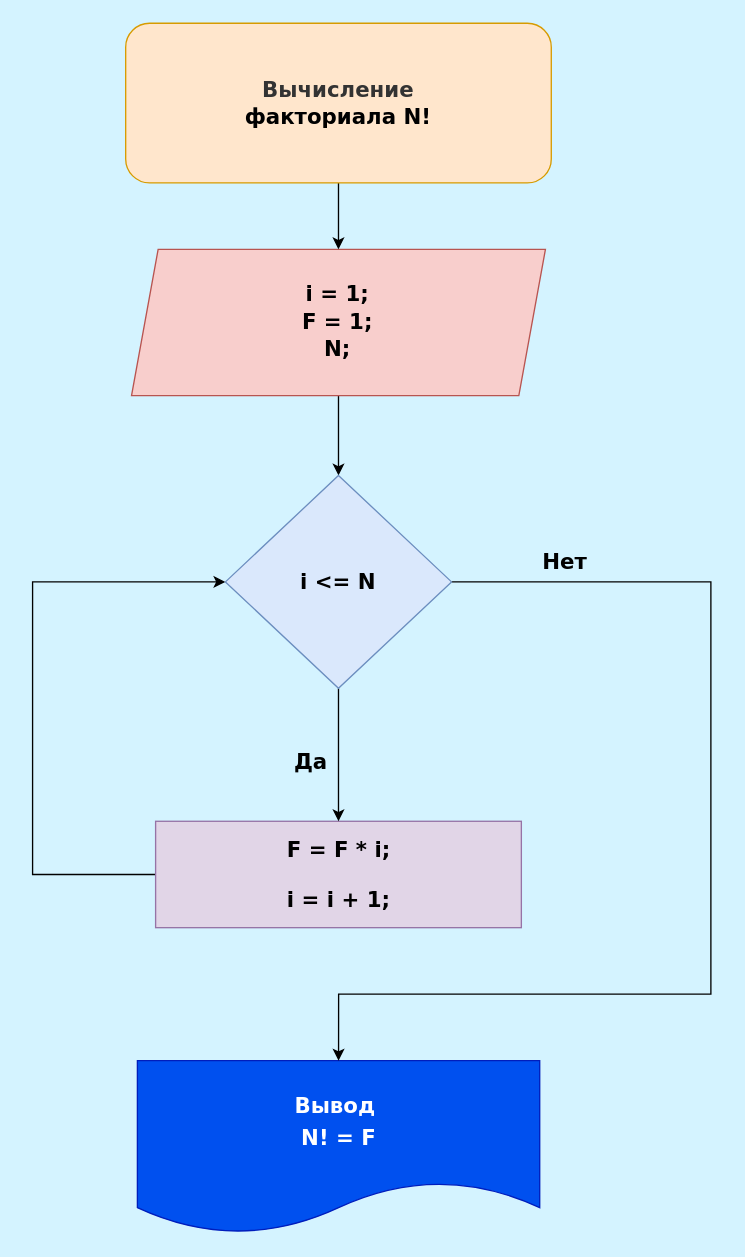
This is ДЗ Семинар 1(2).drawio from M-Ilya/-, a draw.io file, before an edit. Source tidied: cells renumbered, new cells numbered last; positions are measured from the earlier drawing's top-left corner, leaving out a move shared by most shapes. Both pictures are drawn from the tidied source at 133%, with x=0, y=0 at pixel (32, 23).
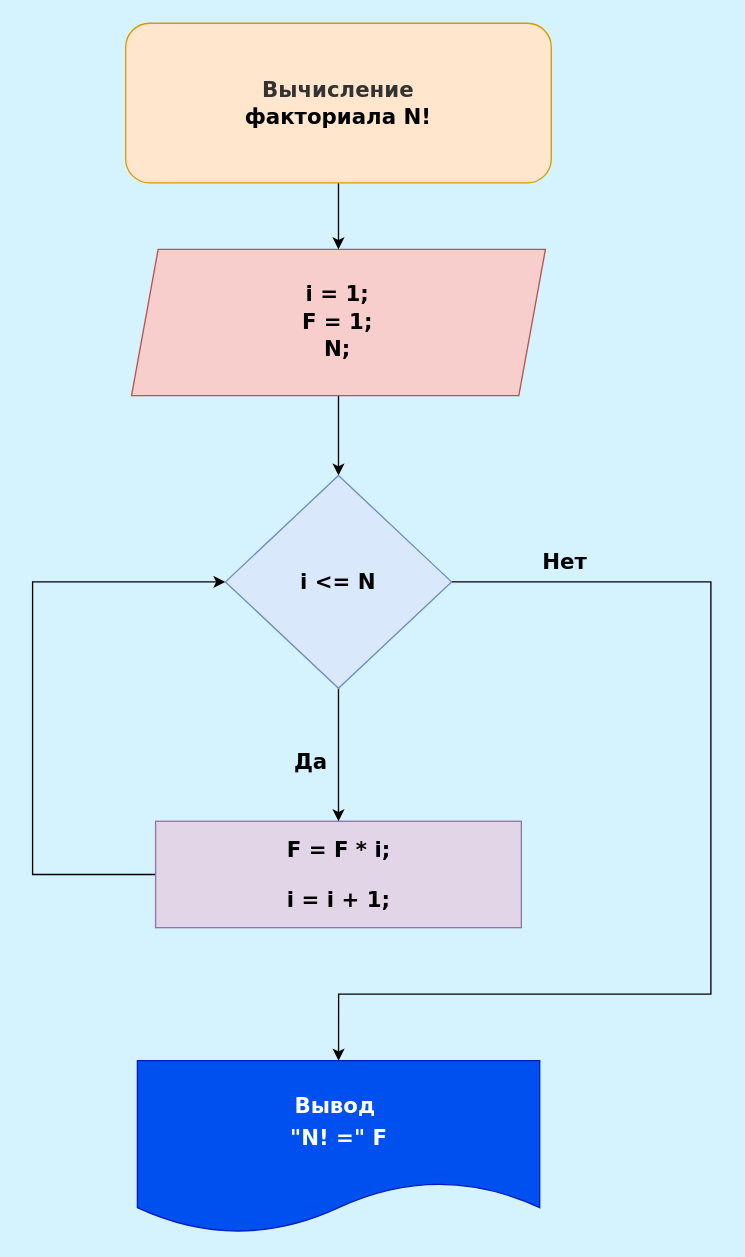
After the change.

Diff of the diagram source:
```diff
@@
 <mxGraphModel background="#D4F3FF">
   <root>
     <mxCell id="0" />
     <mxCell id="1" parent="0" />
     <mxCell id="2" style="edgeStyle=orthogonalEdgeStyle;rounded=0;jettySize=auto;html=1;entryX=0.5;entryY=0;entryDx=0;entryDy=0;fontFamily=Verdana;" parent="1" edge="1" source="3" target="11">
       <mxGeometry relative="1" as="geometry" />
     </mxCell>
     <mxCell id="3" value="&lt;p style=&quot;line-height: 1.2; font-size: 16px;&quot;&gt;&lt;font style=&quot;font-size: 16px; line-height: 1.3;&quot;&gt;i = 1;&lt;br&gt;F = 1;&lt;br&gt;&lt;span style=&quot;background-color: initial;&quot;&gt;N;&lt;/span&gt;&lt;br&gt;&lt;/font&gt;&lt;/p&gt;" style="shape=parallelogram;perimeter=parallelogramPerimeter;whiteSpace=wrap;html=1;fixedSize=1;fillColor=#f8cecc;strokeColor=#b85450;fontFamily=Verdana;fontStyle=1;" parent="1" vertex="1">
       <mxGeometry x="74.4" y="170" width="311.2" height="110" as="geometry" />
     </mxCell>
     <mxCell id="4" style="edgeStyle=orthogonalEdgeStyle;rounded=0;jettySize=auto;html=1;fontFamily=Verdana;entryX=0;entryY=0.5;entryDx=0;entryDy=0;" parent="1" edge="1" source="5" target="11">
       <mxGeometry relative="1" as="geometry">
         <Array as="points">
           <mxPoint y="640" />
           <mxPoint y="420" />
         </Array>
       </mxGeometry>
     </mxCell>
     <mxCell id="5" value="&lt;font style=&quot;font-size: 16px;&quot;&gt;F = F * i;&lt;br&gt;&lt;br&gt;i = i + 1;&lt;br&gt;&lt;/font&gt;" style="whiteSpace=wrap;html=1;fontFamily=Verdana;fillColor=#e1d5e7;strokeColor=#9673a6;fontStyle=1;" parent="1" vertex="1">
       <mxGeometry x="92.5" y="600" width="275" height="80" as="geometry" />
     </mxCell>
-    <mxCell id="6" value="&lt;font style=&quot;font-size: 16px; line-height: 1.5;&quot;&gt;Вывод&amp;nbsp; &lt;br&gt;N! = F&lt;/font&gt;" style="shape=document;whiteSpace=wrap;html=1;boundedLbl=1;fontFamily=Verdana;fillColor=#0050ef;strokeColor=#001DBC;fontStyle=1;fontColor=#ffffff;" parent="1" vertex="1">
+    <mxCell id="6" value="&lt;font style=&quot;font-size: 16px; line-height: 1.5;&quot;&gt;Вывод&amp;nbsp; &lt;br&gt;&quot;N! =&quot; F&lt;/font&gt;" style="shape=document;whiteSpace=wrap;html=1;boundedLbl=1;fontFamily=Verdana;fillColor=#0050ef;strokeColor=#001DBC;fontStyle=1;fontColor=#ffffff;" parent="1" vertex="1">
       <mxGeometry x="78.8" y="780" width="302.5" height="130" as="geometry" />
     </mxCell>
     <mxCell id="7" style="edgeStyle=orthogonalEdgeStyle;rounded=0;jettySize=auto;html=1;" parent="1" edge="1" source="8" target="3">
       <mxGeometry relative="1" as="geometry" />
     </mxCell>
     <mxCell id="8" value="&lt;font style=&quot;font-size: 16px;&quot;&gt;&lt;font face=&quot;Verdana&quot;&gt;&lt;b style=&quot;color: rgb(51, 51, 51);&quot;&gt;Вычисление&lt;br&gt;&lt;/b&gt;&lt;b&gt;факториала N!&lt;/b&gt;&lt;/font&gt;&lt;br&gt;&lt;/font&gt;" style="rounded=1;whiteSpace=wrap;html=1;strokeWidth=1;fillColor=#ffe6cc;strokeColor=#d79b00;" parent="1" vertex="1">
       <mxGeometry x="70" width="320" height="120" as="geometry" />
     </mxCell>
     <mxCell id="9" style="edgeStyle=orthogonalEdgeStyle;rounded=0;jettySize=auto;html=1;fontFamily=Verdana;fontSize=16;" parent="1" edge="1" source="11" target="5">
       <mxGeometry relative="1" as="geometry" />
     </mxCell>
     <mxCell id="10" style="edgeStyle=orthogonalEdgeStyle;rounded=0;jettySize=auto;html=1;fontFamily=Verdana;fontSize=16;entryX=0.5;entryY=0;entryDx=0;entryDy=0;" parent="1" edge="1" source="11" target="6">
       <mxGeometry relative="1" as="geometry">
         <Array as="points">
           <mxPoint x="510" y="420" />
           <mxPoint x="510" y="730" />
           <mxPoint x="230" y="730" />
         </Array>
       </mxGeometry>
     </mxCell>
     <mxCell id="11" value="&lt;font style=&quot;font-size: 16px;&quot;&gt;&lt;b&gt;i &amp;lt;= N&lt;/b&gt;&lt;/font&gt;" style="rhombus;whiteSpace=wrap;html=1;fontFamily=Verdana;fillColor=#dae8fc;strokeColor=#6c8ebf;" parent="1" vertex="1">
       <mxGeometry x="145" y="340" width="170" height="160" as="geometry" />
     </mxCell>
     <mxCell id="12" value="&lt;b&gt;Нет&lt;/b&gt;" style="text;html=1;align=center;verticalAlign=middle;strokeColor=none;fillColor=none;fontSize=16;fontFamily=Verdana;" parent="1" vertex="1">
       <mxGeometry x="370" y="390" width="60" height="30" as="geometry" />
     </mxCell>
     <mxCell id="13" value="Да" style="text;html=1;align=center;verticalAlign=middle;strokeColor=none;fillColor=none;fontSize=16;fontFamily=Verdana;fontStyle=1;" parent="1" vertex="1">
       <mxGeometry x="184" y="540" width="50" height="30" as="geometry" />
     </mxCell>
   </root>
 </mxGraphModel>
```
